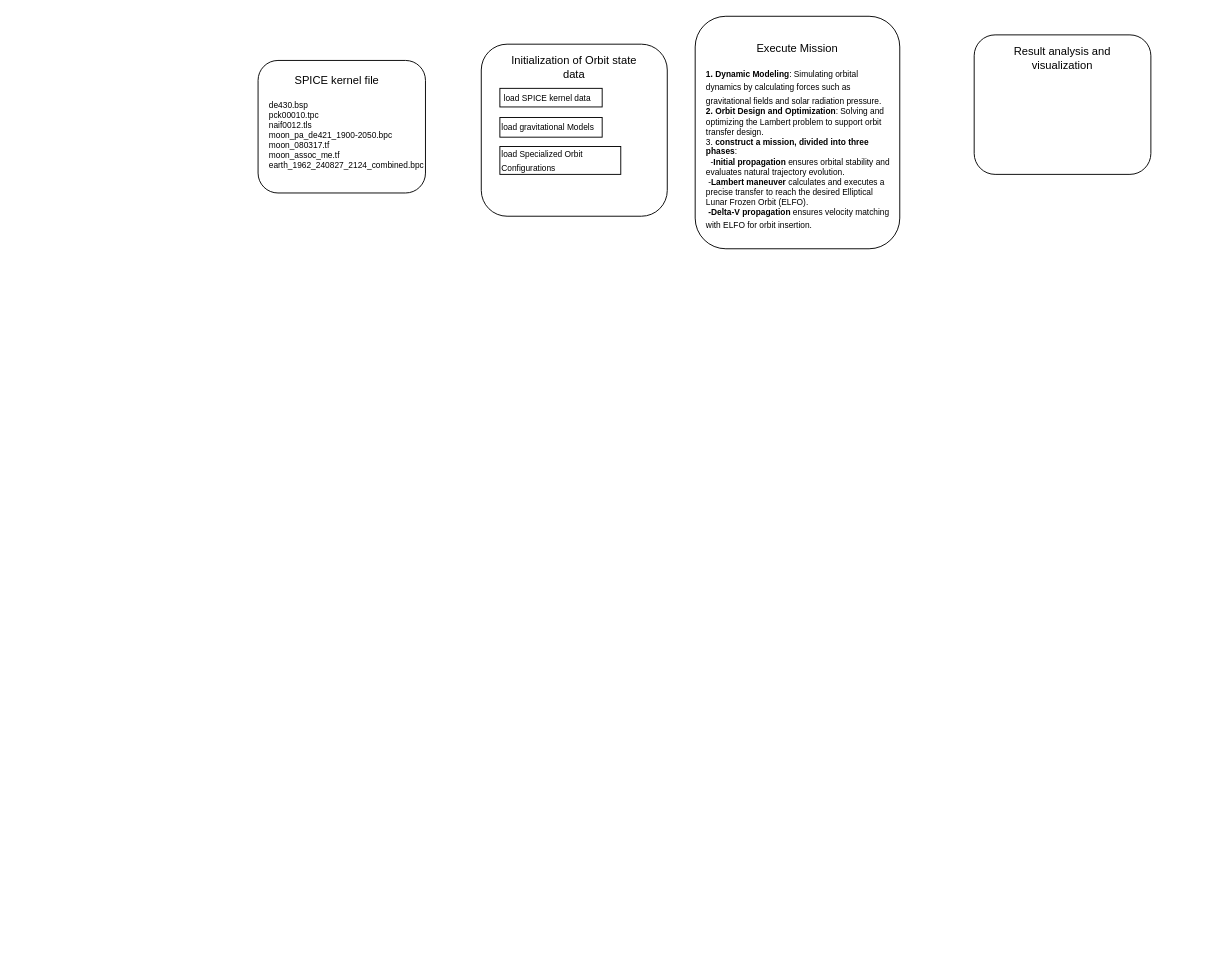
This is uml_final_report.drawio from zhangnailiang/ER, a draw.io file, before an edit. Source tidied: cells renumbered, new cells numbered last; positions are measured from the earlier drawing's top-left corner, leaving out a move shared by most shapes. Both pictures are drawn from the tidied source at 93%, with x=0, y=0 at pixel (258, 16).
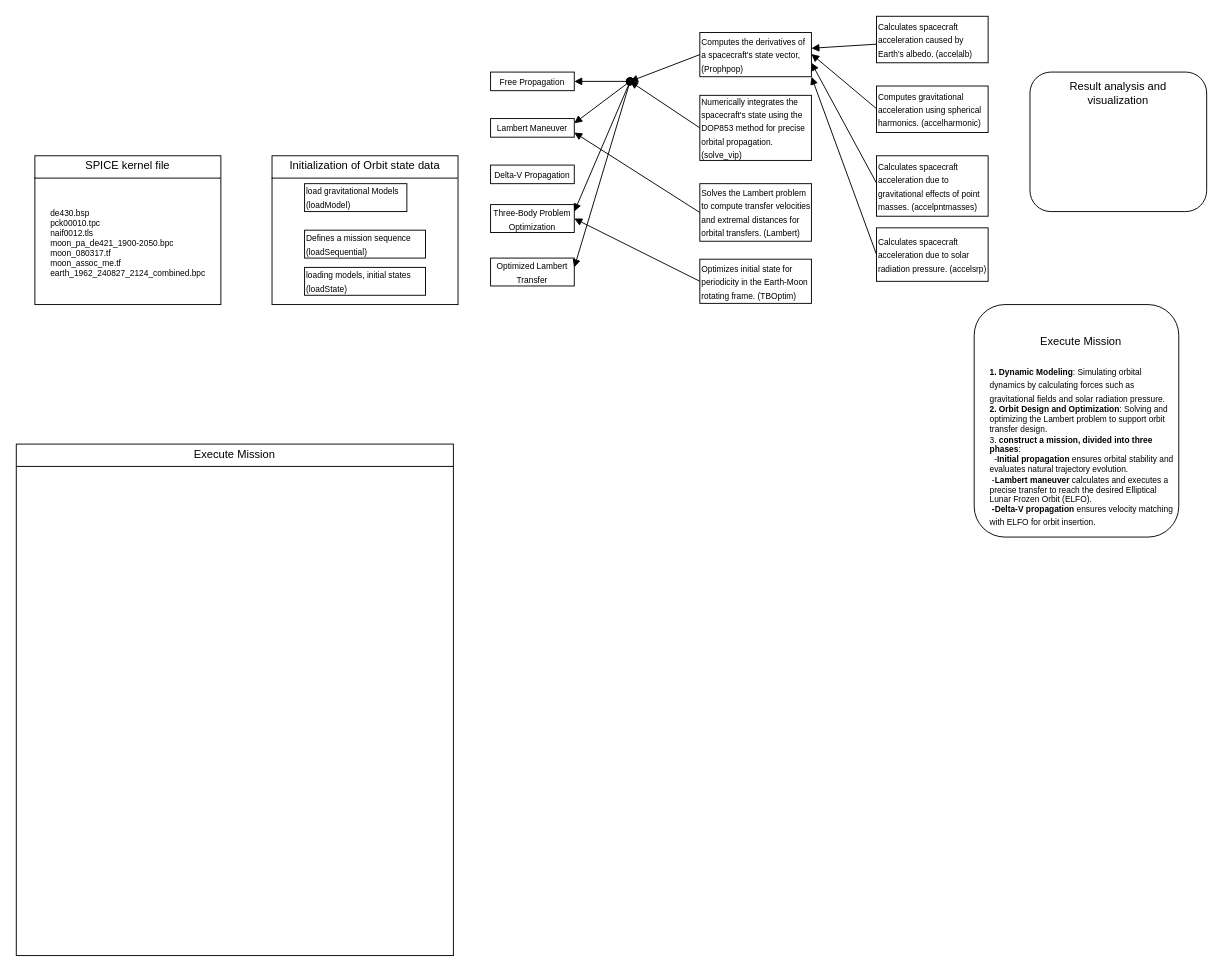
Above is the later version.

The edit, as a diff of the source:
```diff
@@
-    <mxCell id="2" style="rounded=1;whiteSpace=wrap;html=1;" parent="1" vertex="1">
-      <mxGeometry y="47.5" width="180" height="142.5" as="geometry" />
-    </mxCell>
-    <mxCell id="3" style="rounded=1;whiteSpace=wrap;html=1;align=left;" parent="1" vertex="1">
-      <mxGeometry x="240" y="30" width="200" height="185" as="geometry" />
-    </mxCell>
     <mxCell id="4" style="rounded=1;whiteSpace=wrap;html=1;" parent="1" vertex="1">
-      <mxGeometry x="470" width="220" height="250" as="geometry" />
+      <mxGeometry x="770" y="310" width="220" height="250" as="geometry" />
     </mxCell>
     <mxCell id="5" style="rounded=1;whiteSpace=wrap;html=1;" parent="1" vertex="1">
-      <mxGeometry x="770" y="20" width="190" height="150" as="geometry" />
+      <mxGeometry x="830" y="60" width="190" height="150" as="geometry" />
     </mxCell>
-    <mxCell id="6" value="SPICE kernel file" style="text;strokeColor=none;align=center;fillColor=none;html=1;verticalAlign=middle;whiteSpace=wrap;rounded=0;" parent="1" vertex="1">
-      <mxGeometry x="35" y="53.8" width="100" height="30" as="geometry" />
-    </mxCell>
-    <mxCell id="7" value="Initialization of Orbit state data" style="text;strokeColor=none;align=center;fillColor=none;html=1;verticalAlign=middle;whiteSpace=wrap;rounded=0;" parent="1" vertex="1">
-      <mxGeometry x="270" y="40" width="140" height="30" as="geometry" />
-    </mxCell>
     <mxCell id="8" value="Execute Mission" style="text;strokeColor=none;align=center;fillColor=none;html=1;verticalAlign=middle;whiteSpace=wrap;rounded=0;" parent="1" vertex="1">
-      <mxGeometry x="510" y="20" width="140" height="30" as="geometry" />
+      <mxGeometry x="815" y="335" width="140" height="30" as="geometry" />
     </mxCell>
     <mxCell id="9" value="Result analysis and visualization" style="text;strokeColor=none;align=center;fillColor=none;html=1;verticalAlign=middle;whiteSpace=wrap;rounded=0;" parent="1" vertex="1">
-      <mxGeometry x="795" y="30" width="140" height="30" as="geometry" />
+      <mxGeometry x="855" y="67.5" width="140" height="30" as="geometry" />
     </mxCell>
+    <mxCell id="11" value="&lt;font style=&quot;font-size: 9px;&quot;&gt;&lt;strong style=&quot;&quot;&gt;1. Dynamic Modeling&lt;/strong&gt;: Simulating orbital dynamics by calculating forces such as gravitational fields and solar radiation pressure.&lt;/font&gt;&lt;div style=&quot;font-size: 9px;&quot;&gt;&lt;font style=&quot;font-size: 9px;&quot;&gt;&lt;b&gt;&lt;font style=&quot;font-size: 9px;&quot;&gt;2.&amp;nbsp;&lt;/font&gt;&lt;span style=&quot;background-color: initial;&quot;&gt;Orbit Design and Optimization&lt;/span&gt;&lt;/b&gt;&lt;span style=&quot;background-color: initial;&quot;&gt;: Solving and optimizing the Lambert problem to support orbit transfer design.&lt;/span&gt;&lt;/font&gt;&lt;/div&gt;&lt;div style=&quot;font-size: 9px;&quot;&gt;&lt;font style=&quot;font-size: 9px;&quot;&gt;3.&amp;nbsp;&lt;b&gt;construct a mission, divided into three phases&lt;/b&gt;:&lt;/font&gt;&lt;/div&gt;&lt;div style=&quot;font-size: 9px;&quot;&gt;&lt;font style=&quot;font-size: 9px;&quot;&gt;&amp;nbsp; -&lt;strong style=&quot;background-color: initial;&quot;&gt;Initial propagation&lt;/strong&gt;&lt;span style=&quot;background-color: initial;&quot;&gt; ensures orbital stability and evaluates natural trajectory evolution.&lt;/span&gt;&lt;/font&gt;&lt;/div&gt;&lt;div style=&quot;font-size: 9px;&quot;&gt;&lt;font style=&quot;font-size: 9px;&quot;&gt;&lt;span style=&quot;background-color: initial;&quot;&gt;&amp;nbsp;-&lt;/span&gt;&lt;strong style=&quot;background-color: initial;&quot;&gt;Lambert maneuver&lt;/strong&gt;&lt;span style=&quot;background-color: initial;&quot;&gt; calculates and executes a precise transfer to reach the desired Elliptical Lunar Frozen Orbit (ELFO).&lt;/span&gt;&lt;/font&gt;&lt;/div&gt;&lt;div style=&quot;font-size: 9px;&quot;&gt;&lt;font style=&quot;font-size: 9px;&quot;&gt;&lt;strong style=&quot;&quot;&gt;&amp;nbsp;-Delta-V propagation&lt;/strong&gt; ensures velocity matching with ELFO for orbit insertion.&lt;/font&gt;&lt;span style=&quot;background-color: initial; font-size: 12px;&quot;&gt;&lt;/span&gt;&lt;/div&gt;" style="text;whiteSpace=wrap;html=1;" parent="1" vertex="1">
+      <mxGeometry x="785" y="367.5" width="200" height="192.5" as="geometry" />
+    </mxCell>
+    <mxCell id="6" value="&lt;p style=&quot;margin:0px;margin-top:4px;text-align:center;&quot;&gt;&lt;span style=&quot;background-color: initial;&quot;&gt;SPICE kernel file&lt;/span&gt;&lt;/p&gt;&lt;hr size=&quot;1&quot; style=&quot;border-style:solid;&quot;&gt;&lt;div style=&quot;height:2px;&quot;&gt;&lt;/div&gt;" style="verticalAlign=top;align=left;overflow=fill;html=1;whiteSpace=wrap;" parent="1" vertex="1">
+      <mxGeometry x="-240" y="150" width="200" height="160" as="geometry" />
+    </mxCell>
     <mxCell id="10" value="de430.bsp&#10;pck00010.tpc&#10;naif0012.tls&#10;moon_pa_de421_1900-2050.bpc&#10;moon_080317.tf&#10;moon_assoc_me.tf&#10;earth_1962_240827_2124_combined.bpc" style="text;whiteSpace=wrap;fontSize=9;" parent="1" vertex="1">
-      <mxGeometry x="10" y="83.8" width="170" height="120" as="geometry" />
+      <mxGeometry x="-225" y="200" width="170" height="120" as="geometry" />
     </mxCell>
-    <mxCell id="11" value="&lt;font style=&quot;font-size: 9px;&quot;&gt;&lt;strong style=&quot;&quot;&gt;1. Dynamic Modeling&lt;/strong&gt;: Simulating orbital dynamics by calculating forces such as gravitational fields and solar radiation pressure.&lt;/font&gt;&lt;div style=&quot;font-size: 9px;&quot;&gt;&lt;font style=&quot;font-size: 9px;&quot;&gt;&lt;b&gt;&lt;font style=&quot;font-size: 9px;&quot;&gt;2.&amp;nbsp;&lt;/font&gt;&lt;span style=&quot;background-color: initial;&quot;&gt;Orbit Design and Optimization&lt;/span&gt;&lt;/b&gt;&lt;span style=&quot;background-color: initial;&quot;&gt;: Solving and optimizing the Lambert problem to support orbit transfer design.&lt;/span&gt;&lt;/font&gt;&lt;/div&gt;&lt;div style=&quot;font-size: 9px;&quot;&gt;&lt;font style=&quot;font-size: 9px;&quot;&gt;3.&amp;nbsp;&lt;b&gt;construct a mission, divided into three phases&lt;/b&gt;:&lt;/font&gt;&lt;/div&gt;&lt;div style=&quot;font-size: 9px;&quot;&gt;&lt;font style=&quot;font-size: 9px;&quot;&gt;&amp;nbsp; -&lt;strong style=&quot;background-color: initial;&quot;&gt;Initial propagation&lt;/strong&gt;&lt;span style=&quot;background-color: initial;&quot;&gt; ensures orbital stability and evaluates natural trajectory evolution.&lt;/span&gt;&lt;/font&gt;&lt;/div&gt;&lt;div style=&quot;font-size: 9px;&quot;&gt;&lt;font style=&quot;font-size: 9px;&quot;&gt;&lt;span style=&quot;background-color: initial;&quot;&gt;&amp;nbsp;-&lt;/span&gt;&lt;strong style=&quot;background-color: initial;&quot;&gt;Lambert maneuver&lt;/strong&gt;&lt;span style=&quot;background-color: initial;&quot;&gt; calculates and executes a precise transfer to reach the desired Elliptical Lunar Frozen Orbit (ELFO).&lt;/span&gt;&lt;/font&gt;&lt;/div&gt;&lt;div style=&quot;font-size: 9px;&quot;&gt;&lt;font style=&quot;font-size: 9px;&quot;&gt;&lt;strong style=&quot;&quot;&gt;&amp;nbsp;-Delta-V propagation&lt;/strong&gt; ensures velocity matching with ELFO for orbit insertion.&lt;/font&gt;&lt;span style=&quot;background-color: initial; font-size: 12px;&quot;&gt;&lt;/span&gt;&lt;/div&gt;" style="text;whiteSpace=wrap;html=1;" parent="1" vertex="1">
-      <mxGeometry x="480" y="47.5" width="200" height="192.5" as="geometry" />
-    </mxCell>
-    <mxCell id="12" value="&lt;font style=&quot;font-size: 9px;&quot;&gt;&amp;nbsp;load SPICE kernel data&lt;/font&gt;" style="html=1;whiteSpace=wrap;align=left;" parent="1" vertex="1">
-      <mxGeometry x="260" y="77.5" width="110" height="20" as="geometry" />
-    </mxCell>
+    <mxCell id="7" value="&lt;p style=&quot;margin:0px;margin-top:4px;text-align:center;&quot;&gt;&lt;span style=&quot;background-color: initial;&quot;&gt;Initialization of Orbit state data&lt;/span&gt;&lt;/p&gt;&lt;hr size=&quot;1&quot; style=&quot;border-style:solid;&quot;&gt;&lt;div style=&quot;height:2px;&quot;&gt;&lt;/div&gt;" style="verticalAlign=top;align=left;overflow=fill;html=1;whiteSpace=wrap;" parent="1" vertex="1">
+      <mxGeometry x="15" y="150" width="200" height="160" as="geometry" />
+    </mxCell>
-    <mxCell id="13" value="&lt;font style=&quot;font-size: 9px;&quot;&gt;load gravitational Models&amp;nbsp;&lt;/font&gt;" style="html=1;whiteSpace=wrap;align=left;" parent="1" vertex="1">
-      <mxGeometry x="260" y="108.8" width="110" height="21.2" as="geometry" />
+    <mxCell id="13" value="&lt;font style=&quot;font-size: 9px;&quot;&gt;load gravitational Models (loadModel)&lt;/font&gt;" style="html=1;whiteSpace=wrap;align=left;" parent="1" vertex="1">
+      <mxGeometry x="50" y="180" width="110" height="30" as="geometry" />
     </mxCell>
-    <mxCell id="14" value="&lt;font style=&quot;font-size: 9px;&quot;&gt;load Specialized Orbit Configurations&lt;/font&gt;" style="html=1;whiteSpace=wrap;align=left;" parent="1" vertex="1">
-      <mxGeometry x="260" y="140" width="130" height="30" as="geometry" />
+    <mxCell id="14" value="&lt;font style=&quot;font-size: 9px;&quot;&gt;Defines a mission sequence (loadSequential)&lt;/font&gt;" style="html=1;whiteSpace=wrap;align=left;" parent="1" vertex="1">
+      <mxGeometry x="50" y="230" width="130" height="30" as="geometry" />
     </mxCell>
+    <mxCell id="15" value="&lt;p style=&quot;margin:0px;margin-top:4px;text-align:center;&quot;&gt;&lt;span style=&quot;background-color: initial;&quot;&gt;Execute Mission&lt;/span&gt;&lt;/p&gt;&lt;hr size=&quot;1&quot; style=&quot;border-style:solid;&quot;&gt;&lt;div style=&quot;height:2px;&quot;&gt;&lt;/div&gt;" style="verticalAlign=top;align=left;overflow=fill;html=1;whiteSpace=wrap;" parent="1" vertex="1">
+      <mxGeometry x="-260" y="460" width="470" height="550" as="geometry" />
+    </mxCell>
+    <mxCell id="16" value="&lt;font style=&quot;font-size: 9px;&quot;&gt;Free Propagation&lt;/font&gt;" style="html=1;whiteSpace=wrap;align=center;" parent="1" vertex="1">
+      <mxGeometry x="250" y="60" width="90" height="20" as="geometry" />
+    </mxCell>
+    <mxCell id="17" value="&lt;font style=&quot;font-size: 9px;&quot;&gt;Lambert Maneuver&lt;/font&gt;" style="html=1;whiteSpace=wrap;align=center;" parent="1" vertex="1">
+      <mxGeometry x="250" y="110" width="90" height="20" as="geometry" />
+    </mxCell>
+    <mxCell id="18" value="&lt;font style=&quot;font-size: 9px;&quot;&gt;Delta-V Propagation&lt;/font&gt;" style="html=1;whiteSpace=wrap;align=center;" parent="1" vertex="1">
+      <mxGeometry x="250" y="160" width="90" height="20" as="geometry" />
+    </mxCell>
+    <mxCell id="19" value="&lt;font style=&quot;font-size: 9px;&quot;&gt;Calculates spacecraft acceleration caused by Earth's albedo. (accelalb)&lt;/font&gt;" style="html=1;whiteSpace=wrap;align=left;" parent="1" vertex="1">
+      <mxGeometry x="665" width="120" height="50" as="geometry" />
+    </mxCell>
+    <mxCell id="20" value="&lt;font style=&quot;font-size: 9px;&quot;&gt;Calculates spacecraft acceleration due to gravitational effects of point masses. (accelpntmasses)&lt;/font&gt;" style="html=1;whiteSpace=wrap;align=left;" parent="1" vertex="1">
+      <mxGeometry x="665" y="150" width="120" height="65" as="geometry" />
+    </mxCell>
+    <mxCell id="21" value="&lt;font style=&quot;font-size: 9px;&quot;&gt;Computes gravitational acceleration using spherical harmonics. (accelharmonic&lt;/font&gt;&lt;span style=&quot;font-size: 9px; background-color: initial;&quot;&gt;)&lt;/span&gt;" style="html=1;whiteSpace=wrap;align=left;" parent="1" vertex="1">
+      <mxGeometry x="665" y="75" width="120" height="50" as="geometry" />
+    </mxCell>
+    <mxCell id="22" value="&lt;font style=&quot;font-size: 9px;&quot;&gt;Calculates spacecraft acceleration due to solar radiation pressure. (accelsrp)&lt;/font&gt;" style="html=1;whiteSpace=wrap;align=left;" parent="1" vertex="1">
+      <mxGeometry x="665" y="227.5" width="120" height="57.5" as="geometry" />
+    </mxCell>
+    <mxCell id="23" value="&lt;font style=&quot;font-size: 9px;&quot;&gt;Computes the derivatives of a spacecraft's state vector,(Prophpop)&lt;/font&gt;" style="html=1;whiteSpace=wrap;align=left;" parent="1" vertex="1">
+      <mxGeometry x="475" y="17.5" width="120" height="47.5" as="geometry" />
+    </mxCell>
+    <mxCell id="24" value="&lt;font style=&quot;font-size: 9px;&quot;&gt;Optimizes initial state for periodicity in the Earth-Moon rotating frame. (TBOptim)&lt;/font&gt;" style="html=1;whiteSpace=wrap;align=left;" parent="1" vertex="1">
+      <mxGeometry x="475" y="261.2" width="120" height="47.5" as="geometry" />
+    </mxCell>
+    <mxCell id="25" value="&lt;span style=&quot;text-align: left;&quot;&gt;&lt;font style=&quot;font-size: 9px;&quot;&gt;Three-Body Problem Optimization&lt;/font&gt;&lt;/span&gt;" style="html=1;whiteSpace=wrap;align=center;" parent="1" vertex="1">
+      <mxGeometry x="250" y="202.5" width="90" height="30" as="geometry" />
+    </mxCell>
+    <mxCell id="26" value="&lt;span style=&quot;text-align: left;&quot;&gt;&lt;font style=&quot;font-size: 9px;&quot;&gt;Optimized Lambert Transfer&lt;/font&gt;&lt;/span&gt;" style="html=1;whiteSpace=wrap;align=center;" parent="1" vertex="1">
+      <mxGeometry x="250" y="260" width="90" height="30" as="geometry" />
+    </mxCell>
+    <mxCell id="27" value="&lt;font style=&quot;font-size: 9px;&quot;&gt;Solves the Lambert problem to compute transfer velocities and extremal distances for orbital transfers. (Lambert)&lt;/font&gt;" style="html=1;whiteSpace=wrap;align=left;" parent="1" vertex="1">
+      <mxGeometry x="475" y="180" width="120" height="61.9" as="geometry" />
+    </mxCell>
+    <mxCell id="28" value="&lt;font style=&quot;font-size: 9px;&quot;&gt;Numerically integrates the spacecraft's state using the DOP853 method for precise orbital propagation. (solve_vip)&lt;/font&gt;" style="html=1;whiteSpace=wrap;align=left;" parent="1" vertex="1">
+      <mxGeometry x="475" y="85" width="120" height="70" as="geometry" />
+    </mxCell>
+    <mxCell id="29" value="&lt;font style=&quot;font-size: 9px;&quot;&gt;loading models, initial states (loadState)&lt;/font&gt;" style="html=1;whiteSpace=wrap;align=left;" parent="1" vertex="1">
+      <mxGeometry x="50" y="270" width="130" height="30" as="geometry" />
+    </mxCell>
+    <mxCell id="30" style="endArrow=block;endFill=1;html=1;align=left;verticalAlign=top;rounded=0;exitX=0;exitY=0.5;exitDx=0;exitDy=0;entryX=1;entryY=0.25;entryDx=0;entryDy=0;" parent="1" edge="1">
+      <mxGeometry x="-1" relative="1" as="geometry">
+        <mxPoint x="665" y="30" as="sourcePoint" />
+        <mxPoint x="595" y="34.4" as="targetPoint" />
+      </mxGeometry>
+    </mxCell>
+    <mxCell id="31" style="endArrow=block;endFill=1;html=1;align=left;verticalAlign=top;rounded=0;exitX=0;exitY=0.5;exitDx=0;exitDy=0;entryX=1;entryY=0.5;entryDx=0;entryDy=0;" parent="1" edge="1">
+      <mxGeometry x="-1" relative="1" as="geometry">
+        <mxPoint x="665" y="99.4" as="sourcePoint" />
+        <mxPoint x="595" y="40.6" as="targetPoint" />
+      </mxGeometry>
+    </mxCell>
+    <mxCell id="32" style="endArrow=block;endFill=1;html=1;align=left;verticalAlign=top;rounded=0;exitX=0;exitY=0.5;exitDx=0;exitDy=0;entryX=1;entryY=0.75;entryDx=0;entryDy=0;" parent="1" edge="1">
+      <mxGeometry x="-1" relative="1" as="geometry">
+        <mxPoint x="665" y="179.4" as="sourcePoint" />
+        <mxPoint x="595" y="50" as="targetPoint" />
+      </mxGeometry>
+    </mxCell>
+    <mxCell id="33" style="endArrow=block;endFill=1;html=1;align=left;verticalAlign=top;rounded=0;exitX=0;exitY=0.5;exitDx=0;exitDy=0;entryX=1;entryY=1;entryDx=0;entryDy=0;" parent="1" edge="1">
+      <mxGeometry x="-1" relative="1" as="geometry">
+        <mxPoint x="665" y="256.2" as="sourcePoint" />
+        <mxPoint x="595" y="65" as="targetPoint" />
+      </mxGeometry>
+    </mxCell>
+    <mxCell id="34" style="endArrow=block;endFill=1;html=1;align=left;verticalAlign=top;rounded=0;exitX=0;exitY=0.5;exitDx=0;exitDy=0;" parent="1" edge="1" source="23">
+      <mxGeometry x="-1" relative="1" as="geometry">
+        <mxPoint x="400" y="70" as="targetPoint" />
+      </mxGeometry>
+    </mxCell>
+    <mxCell id="35" style="html=1;verticalAlign=bottom;startArrow=oval;startFill=1;endArrow=block;startSize=8;curved=0;rounded=0;entryX=1;entryY=0.5;entryDx=0;entryDy=0;" parent="1" edge="1" target="16">
+      <mxGeometry relative="1" as="geometry">
+        <mxPoint x="400" y="70" as="sourcePoint" />
+      </mxGeometry>
+    </mxCell>
+    <mxCell id="36" style="endArrow=block;endFill=1;html=1;align=left;verticalAlign=top;rounded=0;exitX=0;exitY=0.5;exitDx=0;exitDy=0;" parent="1" edge="1" source="28">
+      <mxGeometry x="-1" relative="1" as="geometry">
+        <mxPoint x="400" y="70" as="targetPoint" />
+      </mxGeometry>
+    </mxCell>
+    <mxCell id="37" style="endArrow=block;endFill=1;html=1;align=left;verticalAlign=top;rounded=0;exitX=0;exitY=0.5;exitDx=0;exitDy=0;entryX=1;entryY=0.75;entryDx=0;entryDy=0;" parent="1" edge="1" source="27" target="17">
+      <mxGeometry x="-1" relative="1" as="geometry" />
+    </mxCell>
+    <mxCell id="38" style="html=1;verticalAlign=bottom;startArrow=oval;startFill=1;endArrow=block;startSize=8;curved=0;rounded=0;entryX=1;entryY=0.25;entryDx=0;entryDy=0;" parent="1" edge="1" target="17">
+      <mxGeometry relative="1" as="geometry">
+        <mxPoint x="400" y="70" as="sourcePoint" />
+      </mxGeometry>
+    </mxCell>
+    <mxCell id="39" style="html=1;verticalAlign=bottom;startArrow=oval;startFill=1;endArrow=block;startSize=8;curved=0;rounded=0;entryX=1;entryY=0.25;entryDx=0;entryDy=0;" parent="1" edge="1" target="25">
+      <mxGeometry relative="1" as="geometry">
+        <mxPoint x="400" y="70" as="sourcePoint" />
+      </mxGeometry>
+    </mxCell>
+    <mxCell id="40" style="endArrow=block;endFill=1;html=1;align=left;verticalAlign=top;rounded=0;exitX=0;exitY=0.5;exitDx=0;exitDy=0;entryX=1;entryY=0.5;entryDx=0;entryDy=0;" parent="1" edge="1" source="24" target="25">
+      <mxGeometry x="-1" relative="1" as="geometry" />
+    </mxCell>
+    <mxCell id="41" style="endArrow=block;endFill=1;html=1;align=left;verticalAlign=top;rounded=0;" parent="1" edge="1">
+      <mxGeometry x="-1" relative="1" as="geometry">
+        <mxPoint x="400" y="70" as="sourcePoint" />
+        <mxPoint x="340" y="270" as="targetPoint" />
+      </mxGeometry>
+    </mxCell>
```
